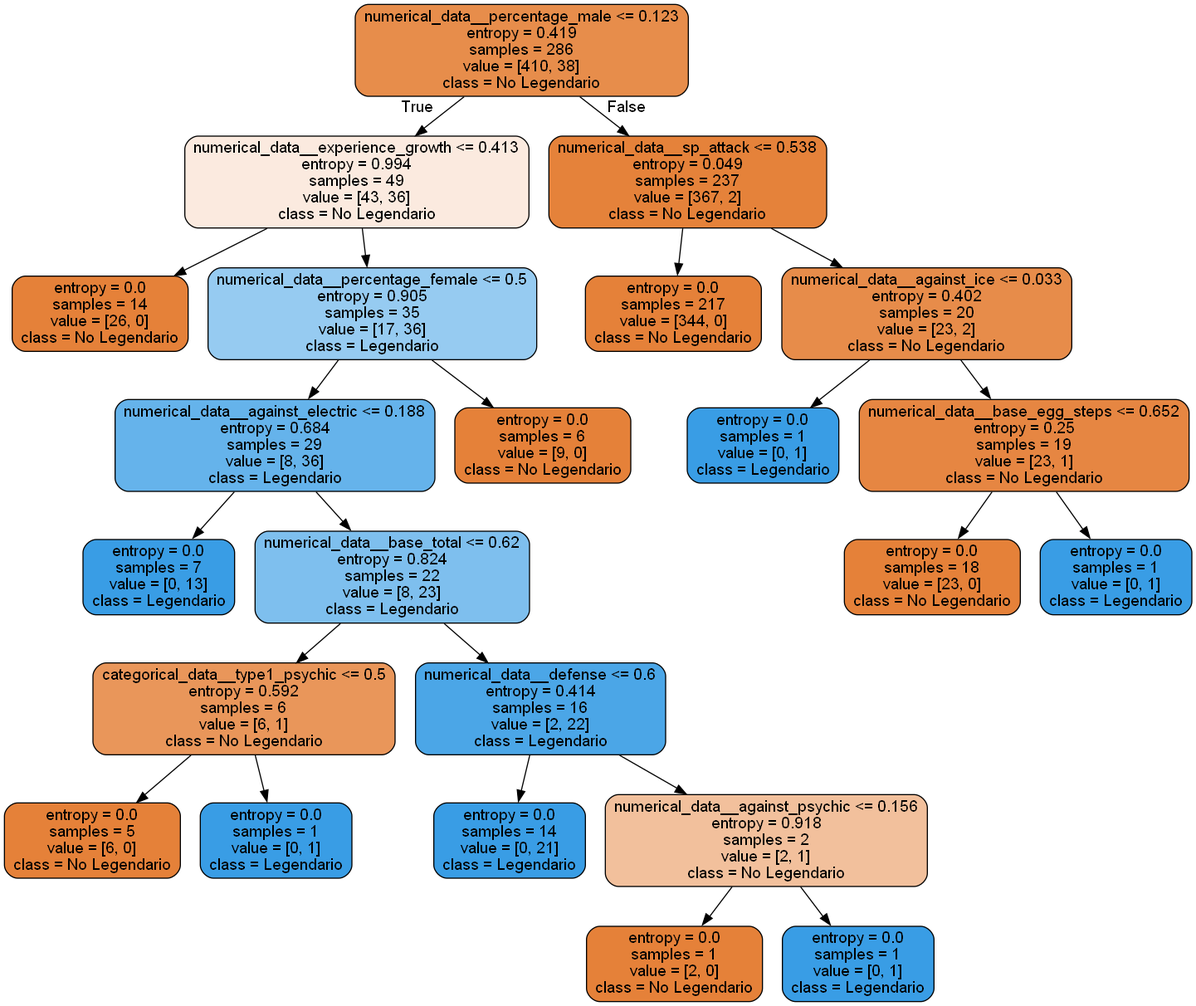
Before: Módulo 2/tree.png, a diagram exported from Graphviz (AndresF100/Projects_UNAL). Its source is kept beside it as Módulo 2/tree.dot.
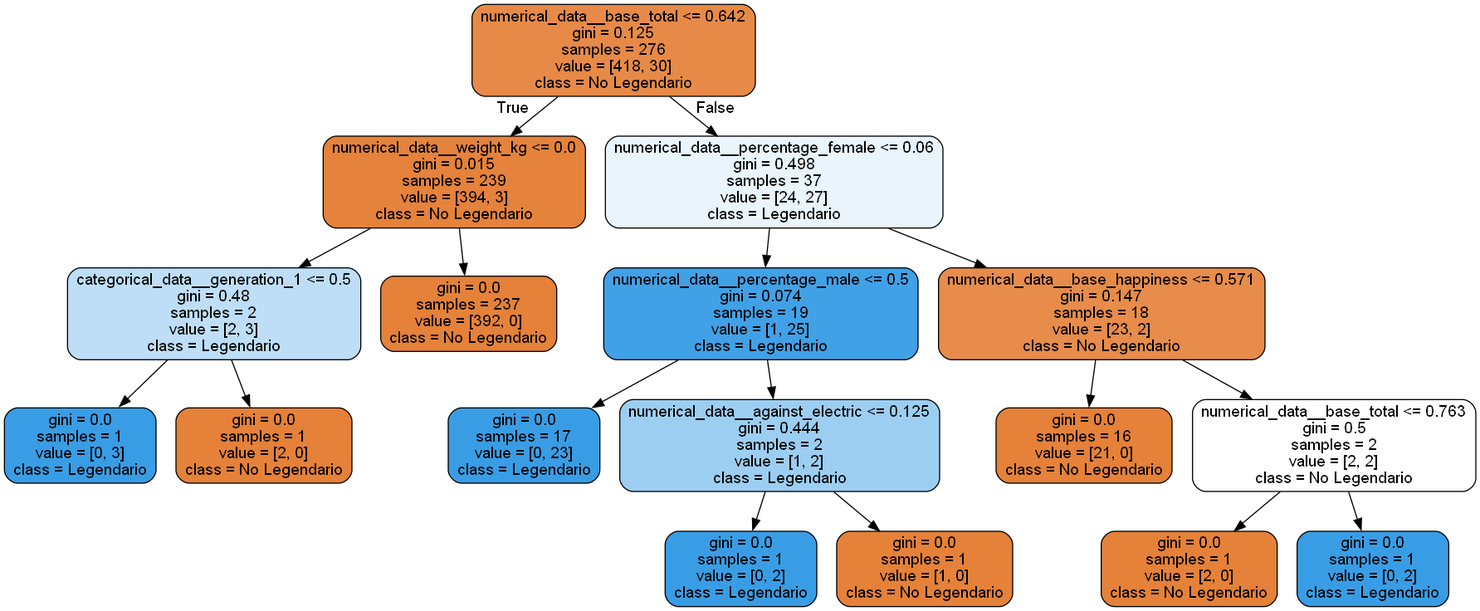
After the commit.

What changed in the source:
```diff
@@ -1,49 +1,37 @@
 digraph Tree {
 node [shape=box, style="filled, rounded", color="black", fontname="helvetica"] ;
 edge [fontname="helvetica"] ;
-0 [label="numerical_data__percentage_male <= 0.123\nentropy = 0.419\nsamples = 286\nvalue = [410, 38]\nclass = No Legendario", fillcolor="#e78d4b"] ;
-1 [label="numerical_data__experience_growth <= 0.413\nentropy = 0.994\nsamples = 49\nvalue = [43, 36]\nclass = No Legendario", fillcolor="#fbeadf"] ;
+0 [label="numerical_data__base_total <= 0.642\ngini = 0.125\nsamples = 276\nvalue = [418, 30]\nclass = No Legendario", fillcolor="#e78a47"] ;
+1 [label="numerical_data__weight_kg <= 0.0\ngini = 0.015\nsamples = 239\nvalue = [394, 3]\nclass = No Legendario", fillcolor="#e5823b"] ;
 0 -> 1 [labeldistance=2.5, labelangle=45, headlabel="True"] ;
-2 [label="entropy = 0.0\nsamples = 14\nvalue = [26, 0]\nclass = No Legendario", fillcolor="#e58139"] ;
+2 [label="categorical_data__generation_1 <= 0.5\ngini = 0.48\nsamples = 2\nvalue = [2, 3]\nclass = Legendario", fillcolor="#bddef6"] ;
 1 -> 2 ;
-3 [label="numerical_data__percentage_female <= 0.5\nentropy = 0.905\nsamples = 35\nvalue = [17, 36]\nclass = Legendario", fillcolor="#96cbf1"] ;
-1 -> 3 ;
-4 [label="numerical_data__against_electric <= 0.188\nentropy = 0.684\nsamples = 29\nvalue = [8, 36]\nclass = Legendario", fillcolor="#65b3eb"] ;
-3 -> 4 ;
-5 [label="entropy = 0.0\nsamples = 7\nvalue = [0, 13]\nclass = Legendario", fillcolor="#399de5"] ;
-4 -> 5 ;
-6 [label="numerical_data__base_total <= 0.62\nentropy = 0.824\nsamples = 22\nvalue = [8, 23]\nclass = Legendario", fillcolor="#7ebfee"] ;
-4 -> 6 ;
-7 [label="categorical_data__type1_psychic <= 0.5\nentropy = 0.592\nsamples = 6\nvalue = [6, 1]\nclass = No Legendario", fillcolor="#e9965a"] ;
+3 [label="gini = 0.0\nsamples = 1\nvalue = [0, 3]\nclass = Legendario", fillcolor="#399de5"] ;
+2 -> 3 ;
+4 [label="gini = 0.0\nsamples = 1\nvalue = [2, 0]\nclass = No Legendario", fillcolor="#e58139"] ;
+2 -> 4 ;
+5 [label="gini = 0.0\nsamples = 237\nvalue = [392, 0]\nclass = No Legendario", fillcolor="#e58139"] ;
+1 -> 5 ;
+6 [label="numerical_data__percentage_female <= 0.06\ngini = 0.498\nsamples = 37\nvalue = [24, 27]\nclass = Legendario", fillcolor="#e9f4fc"] ;
+0 -> 6 [labeldistance=2.5, labelangle=-45, headlabel="False"] ;
+7 [label="numerical_data__percentage_male <= 0.5\ngini = 0.074\nsamples = 19\nvalue = [1, 25]\nclass = Legendario", fillcolor="#41a1e6"] ;
 6 -> 7 ;
-8 [label="entropy = 0.0\nsamples = 5\nvalue = [6, 0]\nclass = No Legendario", fillcolor="#e58139"] ;
+8 [label="gini = 0.0\nsamples = 17\nvalue = [0, 23]\nclass = Legendario", fillcolor="#399de5"] ;
 7 -> 8 ;
-9 [label="entropy = 0.0\nsamples = 1\nvalue = [0, 1]\nclass = Legendario", fillcolor="#399de5"] ;
+9 [label="numerical_data__against_electric <= 0.125\ngini = 0.444\nsamples = 2\nvalue = [1, 2]\nclass = Legendario", fillcolor="#9ccef2"] ;
 7 -> 9 ;
-10 [label="numerical_data__defense <= 0.6\nentropy = 0.414\nsamples = 16\nvalue = [2, 22]\nclass = Legendario", fillcolor="#4ba6e7"] ;
-6 -> 10 ;
-11 [label="entropy = 0.0\nsamples = 14\nvalue = [0, 21]\nclass = Legendario", fillcolor="#399de5"] ;
-10 -> 11 ;
-12 [label="numerical_data__against_psychic <= 0.156\nentropy = 0.918\nsamples = 2\nvalue = [2, 1]\nclass = No Legendario", fillcolor="#f2c09c"] ;
-10 -> 12 ;
-13 [label="entropy = 0.0\nsamples = 1\nvalue = [2, 0]\nclass = No Legendario", fillcolor="#e58139"] ;
+10 [label="gini = 0.0\nsamples = 1\nvalue = [0, 2]\nclass = Legendario", fillcolor="#399de5"] ;
+9 -> 10 ;
+11 [label="gini = 0.0\nsamples = 1\nvalue = [1, 0]\nclass = No Legendario", fillcolor="#e58139"] ;
+9 -> 11 ;
+12 [label="numerical_data__base_happiness <= 0.571\ngini = 0.147\nsamples = 18\nvalue = [23, 2]\nclass = No Legendario", fillcolor="#e78c4a"] ;
+6 -> 12 ;
+13 [label="gini = 0.0\nsamples = 16\nvalue = [21, 0]\nclass = No Legendario", fillcolor="#e58139"] ;
 12 -> 13 ;
-14 [label="entropy = 0.0\nsamples = 1\nvalue = [0, 1]\nclass = Legendario", fillcolor="#399de5"] ;
+14 [label="numerical_data__base_total <= 0.763\ngini = 0.5\nsamples = 2\nvalue = [2, 2]\nclass = No Legendario", fillcolor="#ffffff"] ;
 12 -> 14 ;
-15 [label="entropy = 0.0\nsamples = 6\nvalue = [9, 0]\nclass = No Legendario", fillcolor="#e58139"] ;
-3 -> 15 ;
-16 [label="numerical_data__sp_attack <= 0.538\nentropy = 0.049\nsamples = 237\nvalue = [367, 2]\nclass = No Legendario", fillcolor="#e5823a"] ;
-0 -> 16 [labeldistance=2.5, labelangle=-45, headlabel="False"] ;
-17 [label="entropy = 0.0\nsamples = 217\nvalue = [344, 0]\nclass = No Legendario", fillcolor="#e58139"] ;
-16 -> 17 ;
-18 [label="numerical_data__against_ice <= 0.033\nentropy = 0.402\nsamples = 20\nvalue = [23, 2]\nclass = No Legendario", fillcolor="#e78c4a"] ;
-16 -> 18 ;
-19 [label="entropy = 0.0\nsamples = 1\nvalue = [0, 1]\nclass = Legendario", fillcolor="#399de5"] ;
-18 -> 19 ;
-20 [label="numerical_data__base_egg_steps <= 0.652\nentropy = 0.25\nsamples = 19\nvalue = [23, 1]\nclass = No Legendario", fillcolor="#e68642"] ;
-18 -> 20 ;
-21 [label="entropy = 0.0\nsamples = 18\nvalue = [23, 0]\nclass = No Legendario", fillcolor="#e58139"] ;
-20 -> 21 ;
-22 [label="entropy = 0.0\nsamples = 1\nvalue = [0, 1]\nclass = Legendario", fillcolor="#399de5"] ;
-20 -> 22 ;
+15 [label="gini = 0.0\nsamples = 1\nvalue = [2, 0]\nclass = No Legendario", fillcolor="#e58139"] ;
+14 -> 15 ;
+16 [label="gini = 0.0\nsamples = 1\nvalue = [0, 2]\nclass = Legendario", fillcolor="#399de5"] ;
+14 -> 16 ;
 }
```
